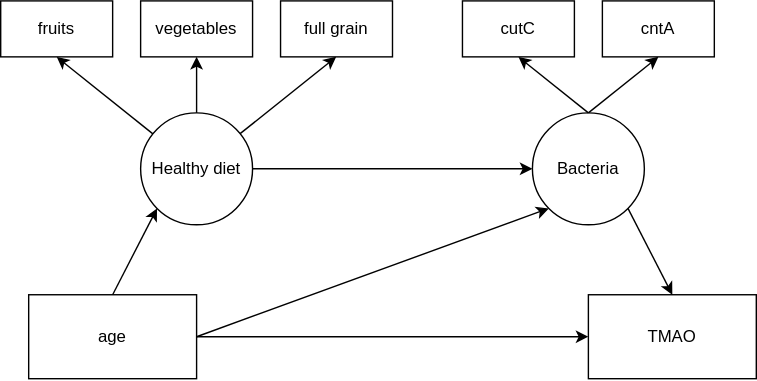
SvenKB/TMAO keeps this draw.io diagram as age_tmao.svg. Above is the earlier version. Source tidied: cells renumbered, new cells last; positions are measured from the earlier drawing's top-left corner, leaving out a move shared by most shapes.
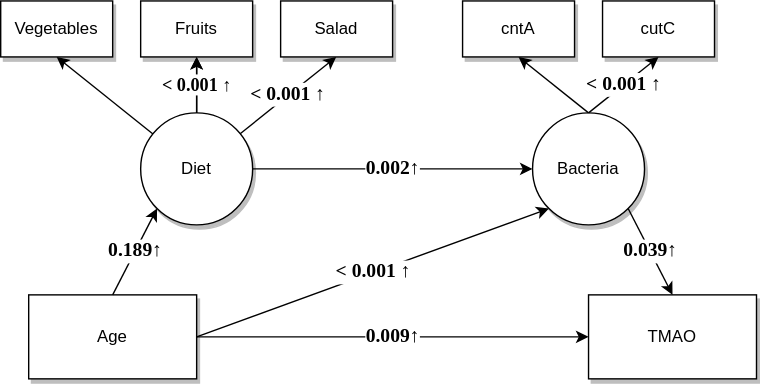
Above is the later version.

The edit, as a diff of the source:
```diff
@@ -2,78 +2,84 @@
   <root>
     <mxCell id="0" />
     <mxCell id="1" parent="0" />
-    <mxCell id="2" value="Bacteria" style="ellipse;whiteSpace=wrap;html=1;" parent="1" vertex="1">
+    <mxCell id="2" value="Bacteria" style="ellipse;whiteSpace=wrap;html=1;shadow=1;" parent="1" vertex="1">
       <mxGeometry x="380" y="80" width="80" height="80" as="geometry" />
     </mxCell>
-    <mxCell id="3" value="fruits" style="rounded=0;whiteSpace=wrap;html=1;" parent="1" vertex="1">
+    <mxCell id="3" value="Vegetables" style="whiteSpace=wrap;html=1;shadow=1;" parent="1" vertex="1">
       <mxGeometry width="80" height="40" as="geometry" />
     </mxCell>
-    <mxCell id="4" value="age" style="rounded=0;whiteSpace=wrap;html=1;" parent="1" vertex="1">
+    <mxCell id="4" value="Age" style="whiteSpace=wrap;html=1;shadow=1;" parent="1" vertex="1">
       <mxGeometry x="20" y="210" width="120" height="60" as="geometry" />
     </mxCell>
-    <mxCell id="5" value="TMAO" style="rounded=0;whiteSpace=wrap;html=1;" parent="1" vertex="1">
+    <mxCell id="5" value="TMAO" style="whiteSpace=wrap;html=1;shadow=1;" parent="1" vertex="1">
       <mxGeometry x="420" y="210" width="120" height="60" as="geometry" />
     </mxCell>
+    <mxCell id="21" style="edgeStyle=orthogonalEdgeStyle;rounded=1;jettySize=auto;html=1;fontFamily=Times New Roman;fontSize=13;" parent="1" edge="1" source="6" target="11">
+      <mxGeometry relative="1" as="geometry" />
+    </mxCell>
-    <mxCell id="6" value="Healthy diet" style="ellipse;whiteSpace=wrap;html=1;" parent="1" vertex="1">
+    <mxCell id="6" value="Diet" style="ellipse;whiteSpace=wrap;html=1;shadow=1;" parent="1" vertex="1">
       <mxGeometry x="100" y="80" width="80" height="80" as="geometry" />
     </mxCell>
-    <mxCell id="7" style="endArrow=classic;html=1;exitX=1;exitY=0.5;exitDx=0;exitDy=0;entryX=0;entryY=0.5;entryDx=0;entryDy=0;" parent="1" edge="1" source="4" target="5">
+    <mxCell id="7" value="0.009↑" style="endArrow=classic;html=1;exitX=1;exitY=0.5;exitDx=0;exitDy=0;entryX=0;entryY=0.5;entryDx=0;entryDy=0;shadow=0;fontFamily=Times New Roman;fontSize=14;fontStyle=1;" parent="1" edge="1" source="4" target="5">
       <mxGeometry relative="1" as="geometry">
         <Array as="points">
           <mxPoint x="300" y="240" />
         </Array>
       </mxGeometry>
     </mxCell>
-    <mxCell id="8" style="endArrow=classic;html=1;entryX=0;entryY=1;entryDx=0;entryDy=0;" parent="1" edge="1" target="6">
+    <mxCell id="8" value="0.189↑" style="endArrow=classic;html=1;entryX=0;entryY=1;entryDx=0;entryDy=0;shadow=0;fontFamily=Times New Roman;fontSize=14;fontStyle=1;" parent="1" edge="1" target="6">
       <mxGeometry relative="1" as="geometry">
         <mxPoint x="80" y="210" as="sourcePoint" />
       </mxGeometry>
     </mxCell>
-    <mxCell id="9" style="endArrow=classic;html=1;" parent="1" edge="1" target="2">
+    <mxCell id="9" value="0.002↑" style="endArrow=classic;html=1;shadow=0;fontFamily=Times New Roman;fontSize=14;fontStyle=1;" parent="1" edge="1" target="2">
       <mxGeometry relative="1" as="geometry">
         <mxPoint x="180" y="120" as="sourcePoint" />
       </mxGeometry>
     </mxCell>
-    <mxCell id="10" style="endArrow=classic;html=1;entryX=0.5;entryY=0;entryDx=0;entryDy=0;exitX=1;exitY=1;exitDx=0;exitDy=0;" parent="1" edge="1" source="2" target="5">
+    <mxCell id="10" value="0.039↑" style="endArrow=classic;html=1;entryX=0.5;entryY=0;entryDx=0;entryDy=0;exitX=1;exitY=1;exitDx=0;exitDy=0;shadow=0;fontFamily=Times New Roman;fontSize=14;fontStyle=1;" parent="1" edge="1" source="2" target="5">
       <mxGeometry relative="1" as="geometry" />
     </mxCell>
-    <mxCell id="11" value="vegetables" style="rounded=0;whiteSpace=wrap;html=1;" parent="1" vertex="1">
+    <mxCell id="11" value="Fruits" style="whiteSpace=wrap;html=1;shadow=1;" parent="1" vertex="1">
       <mxGeometry x="100" width="80" height="40" as="geometry" />
     </mxCell>
-    <mxCell id="12" value="full grain" style="rounded=0;whiteSpace=wrap;html=1;" parent="1" vertex="1">
+    <mxCell id="12" value="Salad" style="whiteSpace=wrap;html=1;shadow=1;" parent="1" vertex="1">
       <mxGeometry x="200" width="80" height="40" as="geometry" />
     </mxCell>
-    <mxCell id="13" value="cutC" style="rounded=0;whiteSpace=wrap;html=1;" parent="1" vertex="1">
+    <mxCell id="13" value="cntA" style="whiteSpace=wrap;html=1;shadow=1;" parent="1" vertex="1">
       <mxGeometry x="330" width="80" height="40" as="geometry" />
     </mxCell>
-    <mxCell id="14" value="cntA" style="rounded=0;whiteSpace=wrap;html=1;" parent="1" vertex="1">
+    <mxCell id="14" value="cutC" style="whiteSpace=wrap;html=1;glass=0;shadow=1;" parent="1" vertex="1">
       <mxGeometry x="430" width="80" height="40" as="geometry" />
     </mxCell>
-    <mxCell id="15" style="endArrow=classic;html=1;" parent="1" edge="1" source="6">
+    <mxCell id="15" style="endArrow=classic;html=1;shadow=0;" parent="1" edge="1" source="6">
       <mxGeometry relative="1" as="geometry">
         <mxPoint x="40" y="40" as="targetPoint" />
       </mxGeometry>
     </mxCell>
-    <mxCell id="16" style="endArrow=classic;html=1;" parent="1" edge="1">
+    <mxCell id="16" style="endArrow=classic;html=1;shadow=0;fontFamily=Times New Roman;fontSize=14;fontStyle=1;" parent="1" edge="1">
       <mxGeometry relative="1" as="geometry">
         <mxPoint x="420" y="80" as="sourcePoint" />
         <mxPoint x="370" y="40" as="targetPoint" />
       </mxGeometry>
     </mxCell>
-    <mxCell id="17" style="endArrow=classic;html=1;entryX=0.5;entryY=1;entryDx=0;entryDy=0;" parent="1" edge="1" target="14">
+    <mxCell id="17" value="&amp;lt; 0.001 ↑" style="endArrow=classic;html=1;entryX=0.5;entryY=1;entryDx=0;entryDy=0;shadow=0;fontFamily=Times New Roman;fontSize=14;fontStyle=1;" parent="1" edge="1" target="14">
       <mxGeometry relative="1" as="geometry">
         <mxPoint x="420" y="80" as="sourcePoint" />
       </mxGeometry>
     </mxCell>
-    <mxCell id="18" style="endArrow=classic;html=1;entryX=0.5;entryY=1;entryDx=0;entryDy=0;exitX=0.5;exitY=0;exitDx=0;exitDy=0;" parent="1" edge="1" source="6" target="11">
-      <mxGeometry relative="1" as="geometry" />
+    <mxCell id="18" value="&amp;lt; 0.001 ↑        " style="endArrow=classic;html=1;entryX=0.5;entryY=1;entryDx=0;entryDy=0;exitX=0.5;exitY=0;exitDx=0;exitDy=0;shadow=0;fontFamily=Times New Roman;fontStyle=1;fontSize=13;" parent="1" edge="1">
+      <mxGeometry relative="1" as="geometry">
+        <mxPoint x="140" y="80" as="sourcePoint" />
+        <mxPoint x="140" y="40" as="targetPoint" />
+      </mxGeometry>
     </mxCell>
-    <mxCell id="19" style="endArrow=classic;html=1;entryX=0.5;entryY=1;entryDx=0;entryDy=0;" parent="1" edge="1" source="6">
+    <mxCell id="19" value="&amp;lt; 0.001 ↑" style="endArrow=classic;html=1;entryX=0.5;entryY=1;entryDx=0;entryDy=0;shadow=0;fontFamily=Times New Roman;fontSize=14;fontStyle=1;" parent="1" edge="1" source="6">
       <mxGeometry relative="1" as="geometry">
         <mxPoint x="239.7" y="40" as="targetPoint" />
       </mxGeometry>
     </mxCell>
-    <mxCell id="20" style="endArrow=classic;html=1;entryX=0;entryY=1;entryDx=0;entryDy=0;" parent="1" edge="1" target="2">
+    <mxCell id="20" value="&amp;lt; 0.001 ↑" style="endArrow=classic;html=1;entryX=0;entryY=1;entryDx=0;entryDy=0;shadow=0;fontFamily=Times New Roman;fontSize=14;fontStyle=1;" parent="1" edge="1" target="2">
       <mxGeometry relative="1" as="geometry">
         <mxPoint x="140" y="240" as="sourcePoint" />
       </mxGeometry>
```
